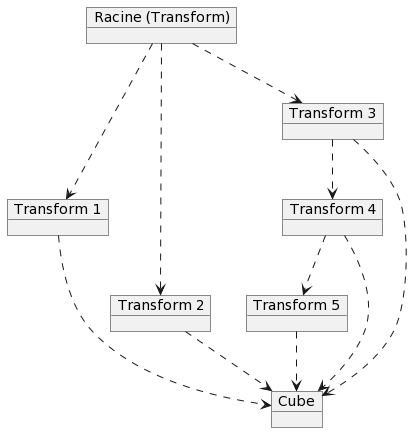
ETS-LOG750/lab-2 keeps this PlantUML diagram as sujet/imgs/lab-2-instances.png. Above is the earlier version.
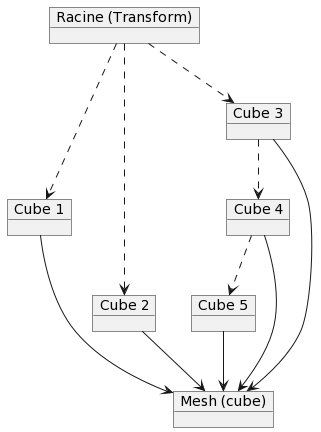
The same diagram one commit later.

The edit, as a diff of the source:
```diff
@@ -1,11 +1,11 @@
 @startuml
 object "Racine (Transform)" as root
-object "Transform 1" as t1
-object "Transform 2" as t2
-object "Transform 3" as t3
-object "Transform 4" as t4
-object "Transform 5" as t5
-object Cube
+object "Cube 1" as t1
+object "Cube 2" as t2
+object "Cube 3" as t3
+object "Cube 4" as t4
+object "Cube 5" as t5
+object "Mesh (cube)" as Cube
 
 root -[dashed]-> t1
 root -[dashed]-> t2
@@ -13,9 +13,9 @@
 t3 -[dashed]-> t4
 t4 -[dashed]-> t5
 
-t1 -[dashed]-> Cube
-t2 -[dashed]-> Cube
-t3 -[dashed]-> Cube
-t4 -[dashed]-> Cube
-t5 -[dashed]-> Cube
+t1 --> Cube
+t2 --> Cube
+t3 --> Cube
+t4 --> Cube
+t5 --> Cube
 @enduml
```
